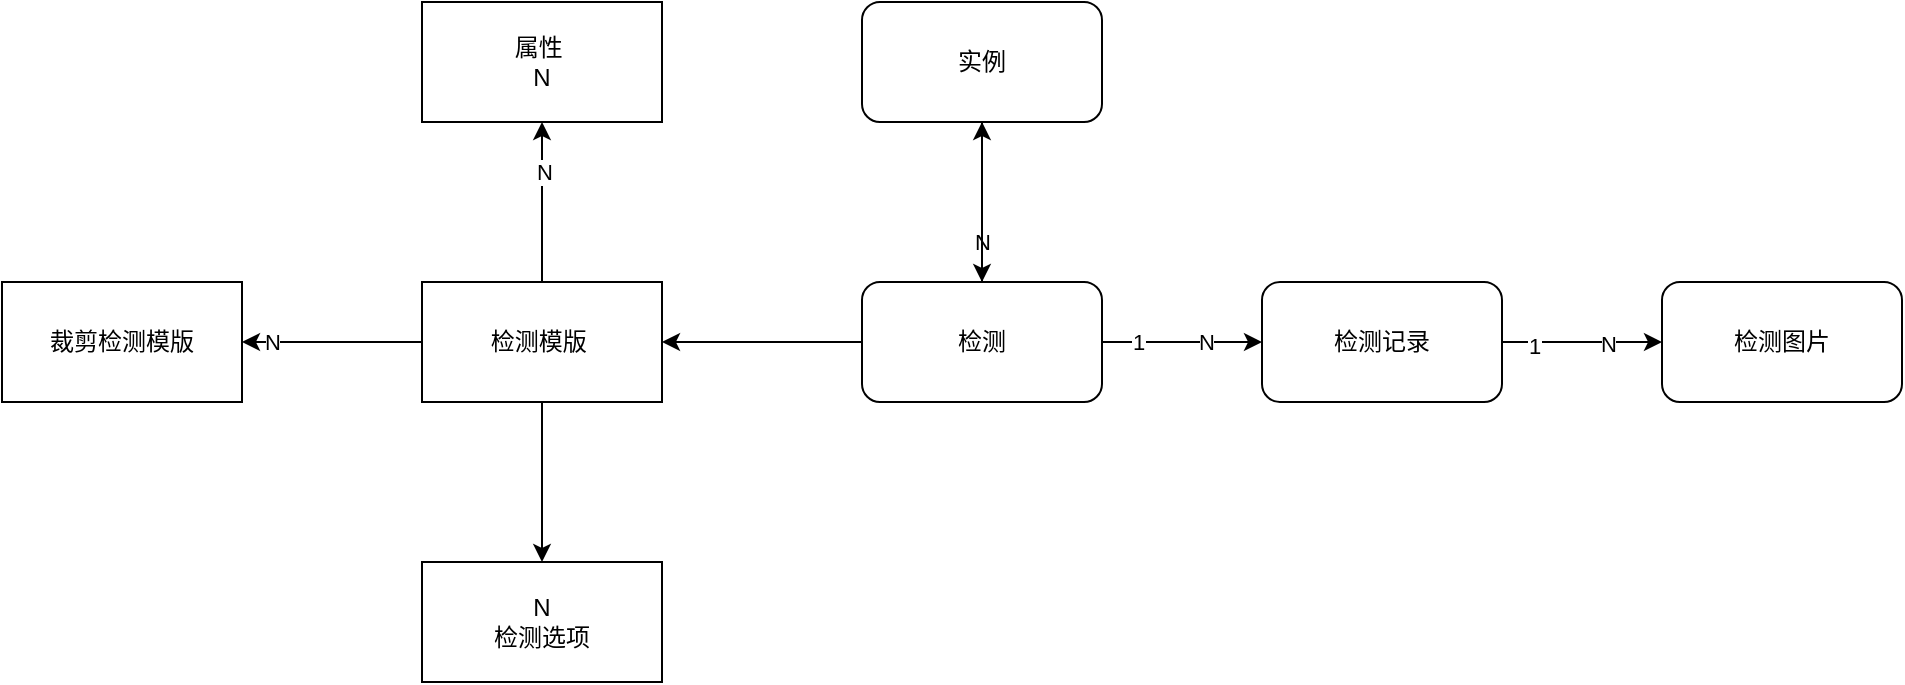
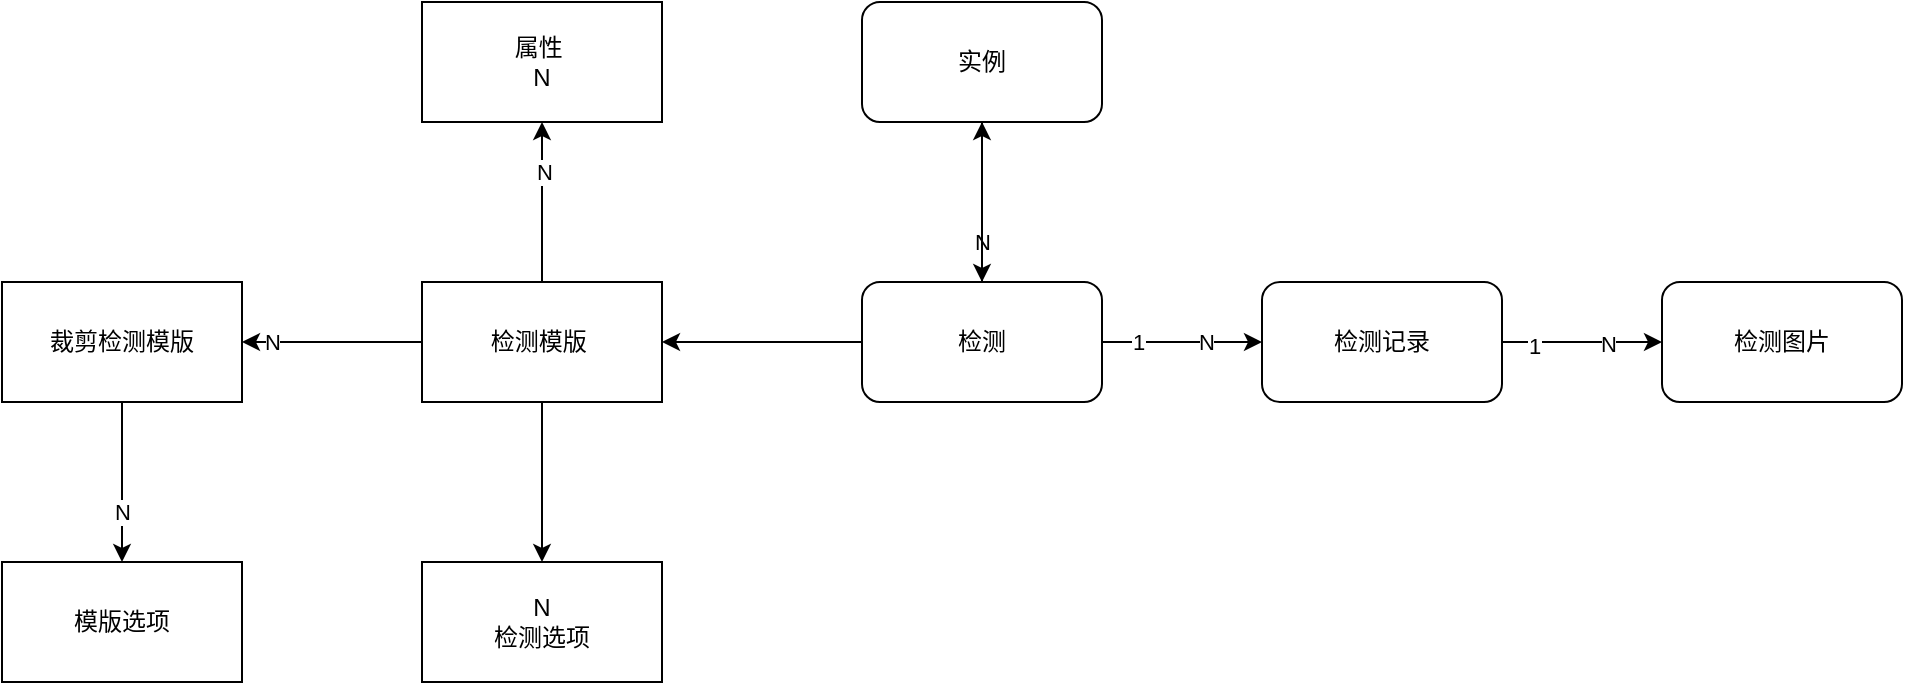
<mxfile host="app.diagrams.net">
  <diagram name="第 1 页" id="LA-jy7n6BKZQzUcaMMq-">
    <mxGraphModel dx="2072" dy="689" grid="1" gridSize="10" guides="1" tooltips="1" connect="1" arrows="1" fold="1" page="1" pageScale="1" pageWidth="827" pageHeight="1169" math="0" shadow="0">
      <root>
        <mxCell id="0" />
        <mxCell id="1" parent="0" />
        <mxCell id="AmzQcyvE6vDkLWidxVXR-7" edge="1" parent="1" source="AmzQcyvE6vDkLWidxVXR-1" style="edgeStyle=orthogonalEdgeStyle;rounded=0;orthogonalLoop=1;jettySize=auto;html=1;" target="AmzQcyvE6vDkLWidxVXR-6" value="">
          <mxGeometry relative="1" as="geometry" />
        </mxCell>
        <mxCell id="yKbhPn4r4hcxx-XKSXkL-19" connectable="0" parent="AmzQcyvE6vDkLWidxVXR-7" style="edgeLabel;html=1;align=center;verticalAlign=middle;resizable=0;points=[];" value="N" vertex="1">
          <mxGeometry relative="1" x="0.375" y="-1" as="geometry">
            <mxPoint as="offset" />
          </mxGeometry>
        </mxCell>
        <mxCell id="AmzQcyvE6vDkLWidxVXR-9" edge="1" parent="1" source="AmzQcyvE6vDkLWidxVXR-1" style="edgeStyle=orthogonalEdgeStyle;rounded=0;orthogonalLoop=1;jettySize=auto;html=1;" target="AmzQcyvE6vDkLWidxVXR-8" value="">
          <mxGeometry relative="1" as="geometry" />
        </mxCell>
        <mxCell id="yKbhPn4r4hcxx-XKSXkL-20" connectable="0" parent="AmzQcyvE6vDkLWidxVXR-9" style="edgeLabel;html=1;align=center;verticalAlign=middle;resizable=0;points=[];" value="N" vertex="1">
          <mxGeometry relative="1" x="0.6667" as="geometry">
            <mxPoint as="offset" />
          </mxGeometry>
        </mxCell>
        <mxCell id="yKbhPn4r4hcxx-XKSXkL-2" edge="1" parent="1" source="AmzQcyvE6vDkLWidxVXR-1" style="edgeStyle=orthogonalEdgeStyle;rounded=0;orthogonalLoop=1;jettySize=auto;html=1;" target="yKbhPn4r4hcxx-XKSXkL-1" value="">
          <mxGeometry relative="1" as="geometry" />
        </mxCell>
        <mxCell id="AmzQcyvE6vDkLWidxVXR-1" parent="1" style="rounded=0;whiteSpace=wrap;html=1;" value="检测模版&amp;nbsp;" vertex="1">
          <mxGeometry height="60" width="120" x="60" y="300" as="geometry" />
        </mxCell>
        <mxCell id="AmzQcyvE6vDkLWidxVXR-6" parent="1" style="whiteSpace=wrap;html=1;rounded=0;" value="属性&amp;nbsp;&lt;br&gt;N" vertex="1">
          <mxGeometry height="60" width="120" x="60" y="160" as="geometry" />
+         </mxCell>
+         <mxCell id="yKbhPn4r4hcxx-XKSXkL-22" edge="1" parent="1" source="AmzQcyvE6vDkLWidxVXR-8" style="edgeStyle=orthogonalEdgeStyle;rounded=0;orthogonalLoop=1;jettySize=auto;html=1;" target="yKbhPn4r4hcxx-XKSXkL-21" value="">
+           <mxGeometry relative="1" as="geometry" />
+         </mxCell>
+         <mxCell id="yKbhPn4r4hcxx-XKSXkL-23" connectable="0" parent="yKbhPn4r4hcxx-XKSXkL-22" style="edgeLabel;html=1;align=center;verticalAlign=middle;resizable=0;points=[];" value="N" vertex="1">
+           <mxGeometry relative="1" x="0.375" as="geometry">
+             <mxPoint as="offset" />
+           </mxGeometry>
        </mxCell>
        <mxCell id="AmzQcyvE6vDkLWidxVXR-8" parent="1" style="whiteSpace=wrap;html=1;rounded=0;" value="裁剪检测模版" vertex="1">
          <mxGeometry height="60" width="120" x="-150" y="300" as="geometry" />
        </mxCell>
        <mxCell id="yKbhPn4r4hcxx-XKSXkL-1" parent="1" style="whiteSpace=wrap;html=1;rounded=0;" value="N&lt;br&gt;检测选项" vertex="1">
          <mxGeometry height="60" width="120" x="60" y="440" as="geometry" />
        </mxCell>
        <mxCell id="yKbhPn4r4hcxx-XKSXkL-5" edge="1" parent="1" source="yKbhPn4r4hcxx-XKSXkL-3" style="edgeStyle=orthogonalEdgeStyle;rounded=0;orthogonalLoop=1;jettySize=auto;html=1;" target="yKbhPn4r4hcxx-XKSXkL-4" value="">
          <mxGeometry relative="1" as="geometry" />
        </mxCell>
        <mxCell id="yKbhPn4r4hcxx-XKSXkL-17" connectable="0" parent="yKbhPn4r4hcxx-XKSXkL-5" style="edgeLabel;html=1;align=center;verticalAlign=middle;resizable=0;points=[];" value="N" vertex="1">
          <mxGeometry relative="1" x="0.3625" y="3" as="geometry">
            <mxPoint x="-3" y="5" as="offset" />
          </mxGeometry>
        </mxCell>
        <mxCell id="yKbhPn4r4hcxx-XKSXkL-3" parent="1" style="rounded=1;whiteSpace=wrap;html=1;" value="实例" vertex="1">
          <mxGeometry height="60" width="120" x="280" y="160" as="geometry" />
        </mxCell>
        <mxCell id="yKbhPn4r4hcxx-XKSXkL-7" edge="1" parent="1" source="yKbhPn4r4hcxx-XKSXkL-4" style="edgeStyle=orthogonalEdgeStyle;rounded=0;orthogonalLoop=1;jettySize=auto;html=1;" target="AmzQcyvE6vDkLWidxVXR-1" value="">
          <mxGeometry relative="1" as="geometry" />
        </mxCell>
        <mxCell id="yKbhPn4r4hcxx-XKSXkL-9" edge="1" parent="1" source="yKbhPn4r4hcxx-XKSXkL-4" style="edgeStyle=orthogonalEdgeStyle;rounded=0;orthogonalLoop=1;jettySize=auto;html=1;" target="yKbhPn4r4hcxx-XKSXkL-8" value="">
          <mxGeometry relative="1" as="geometry" />
        </mxCell>
        <mxCell id="yKbhPn4r4hcxx-XKSXkL-12" connectable="0" parent="yKbhPn4r4hcxx-XKSXkL-9" style="edgeLabel;html=1;align=center;verticalAlign=middle;resizable=0;points=[];" value="N" vertex="1">
          <mxGeometry relative="1" x="0.3" y="1" as="geometry">
            <mxPoint y="1" as="offset" />
          </mxGeometry>
        </mxCell>
        <mxCell id="yKbhPn4r4hcxx-XKSXkL-14" connectable="0" parent="yKbhPn4r4hcxx-XKSXkL-9" style="edgeLabel;html=1;align=center;verticalAlign=middle;resizable=0;points=[];" value="1" vertex="1">
          <mxGeometry relative="1" x="-0.55" y="1" as="geometry">
            <mxPoint y="1" as="offset" />
          </mxGeometry>
        </mxCell>
        <mxCell id="yKbhPn4r4hcxx-XKSXkL-18" edge="1" parent="1" source="yKbhPn4r4hcxx-XKSXkL-4" style="edgeStyle=orthogonalEdgeStyle;rounded=0;orthogonalLoop=1;jettySize=auto;html=1;" target="yKbhPn4r4hcxx-XKSXkL-3" value="">
          <mxGeometry relative="1" as="geometry" />
        </mxCell>
        <mxCell id="yKbhPn4r4hcxx-XKSXkL-4" parent="1" style="whiteSpace=wrap;html=1;rounded=1;" value="检测" vertex="1">
          <mxGeometry height="60" width="120" x="280" y="300" as="geometry" />
        </mxCell>
        <mxCell id="yKbhPn4r4hcxx-XKSXkL-11" edge="1" parent="1" source="yKbhPn4r4hcxx-XKSXkL-8" style="edgeStyle=orthogonalEdgeStyle;rounded=0;orthogonalLoop=1;jettySize=auto;html=1;" target="yKbhPn4r4hcxx-XKSXkL-10" value="">
          <mxGeometry relative="1" as="geometry" />
        </mxCell>
        <mxCell id="yKbhPn4r4hcxx-XKSXkL-15" connectable="0" parent="yKbhPn4r4hcxx-XKSXkL-11" style="edgeLabel;html=1;align=center;verticalAlign=middle;resizable=0;points=[];" value="1" vertex="1">
          <mxGeometry relative="1" x="-0.6" y="-1" as="geometry">
            <mxPoint y="1" as="offset" />
          </mxGeometry>
        </mxCell>
        <mxCell id="yKbhPn4r4hcxx-XKSXkL-16" connectable="0" parent="yKbhPn4r4hcxx-XKSXkL-11" style="edgeLabel;html=1;align=center;verticalAlign=middle;resizable=0;points=[];" value="N" vertex="1">
          <mxGeometry relative="1" x="0.325" as="geometry">
            <mxPoint y="1" as="offset" />
          </mxGeometry>
        </mxCell>
        <mxCell id="yKbhPn4r4hcxx-XKSXkL-8" parent="1" style="whiteSpace=wrap;html=1;rounded=1;" value="检测记录" vertex="1">
          <mxGeometry height="60" width="120" x="480" y="300" as="geometry" />
        </mxCell>
        <mxCell id="yKbhPn4r4hcxx-XKSXkL-10" parent="1" style="whiteSpace=wrap;html=1;rounded=1;" value="检测图片" vertex="1">
          <mxGeometry height="60" width="120" x="680" y="300" as="geometry" />
        </mxCell>
+         <mxCell id="yKbhPn4r4hcxx-XKSXkL-21" parent="1" style="whiteSpace=wrap;html=1;rounded=0;" value="模版选项" vertex="1">
+           <mxGeometry height="60" width="120" x="-150" y="440" as="geometry" />
+         </mxCell>
      </root>
    </mxGraphModel>
  </diagram>
</mxfile>
